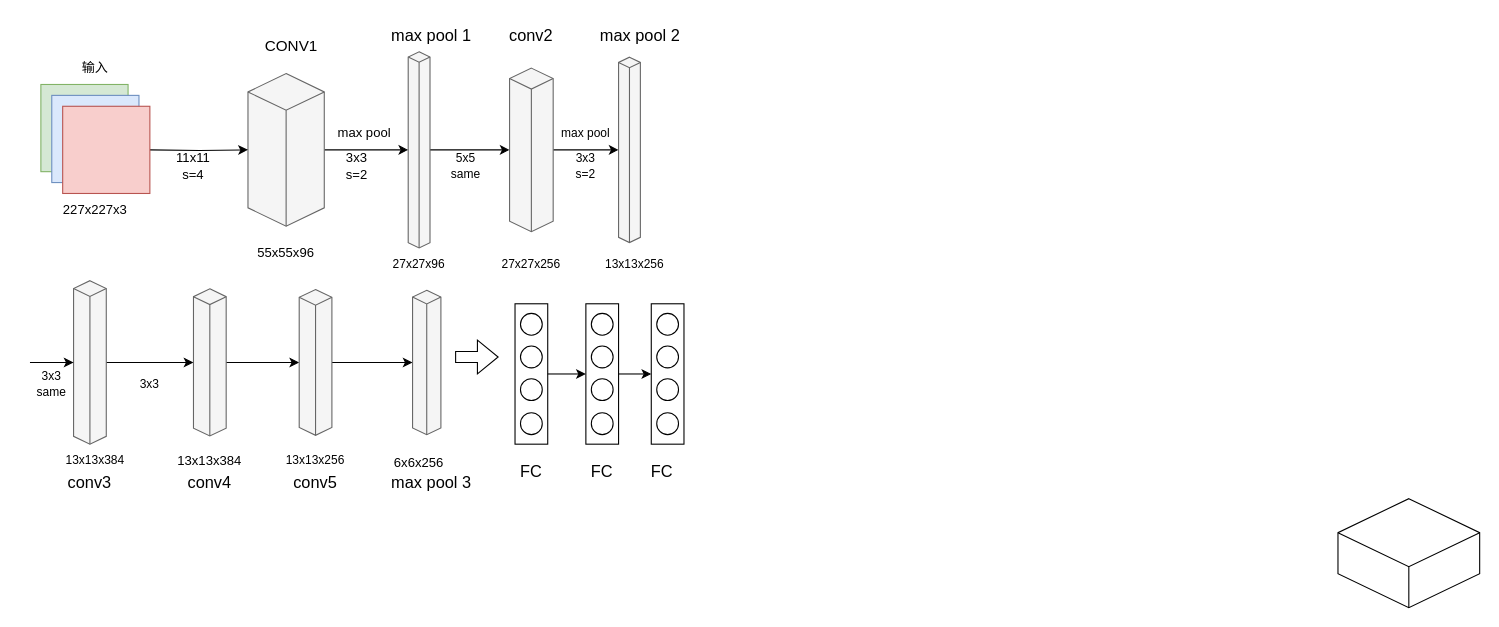
PTRRT/basic_template keeps this draw.io diagram as alexnet.drawio. Above is the earlier version. Source tidied: cells renumbered, new cells numbered last; positions are measured from the earlier drawing's top-left corner, leaving out a move shared by most shapes. Both pictures are drawn from the tidied source at 109%, with x=0, y=0 at pixel (19, 19).
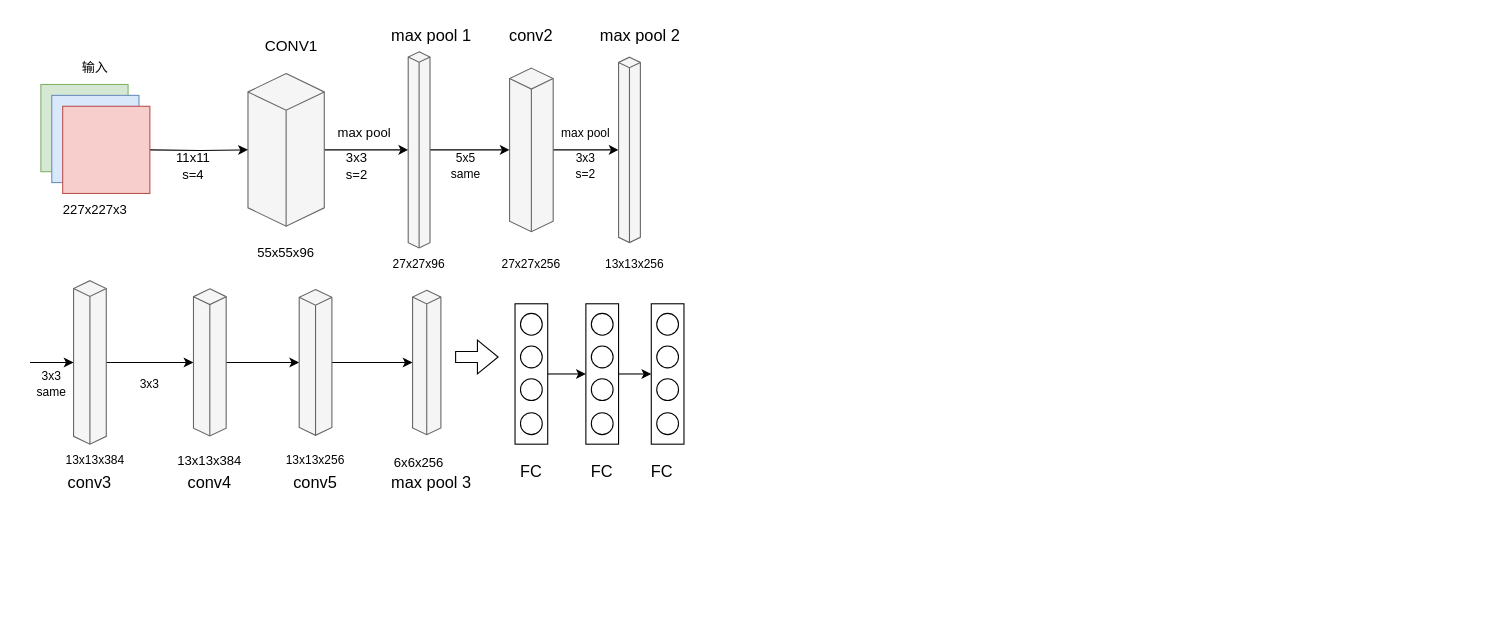
The same diagram, later.

The edit, as a diff of the source:
```diff
@@
-    <mxCell id="2" style="whiteSpace=wrap;html=1;shape=mxgraph.basic.isocube;isoAngle=15;" parent="1" vertex="1">
-      <mxGeometry x="1210" y="440" width="130" height="100" as="geometry" />
-    </mxCell>
```
